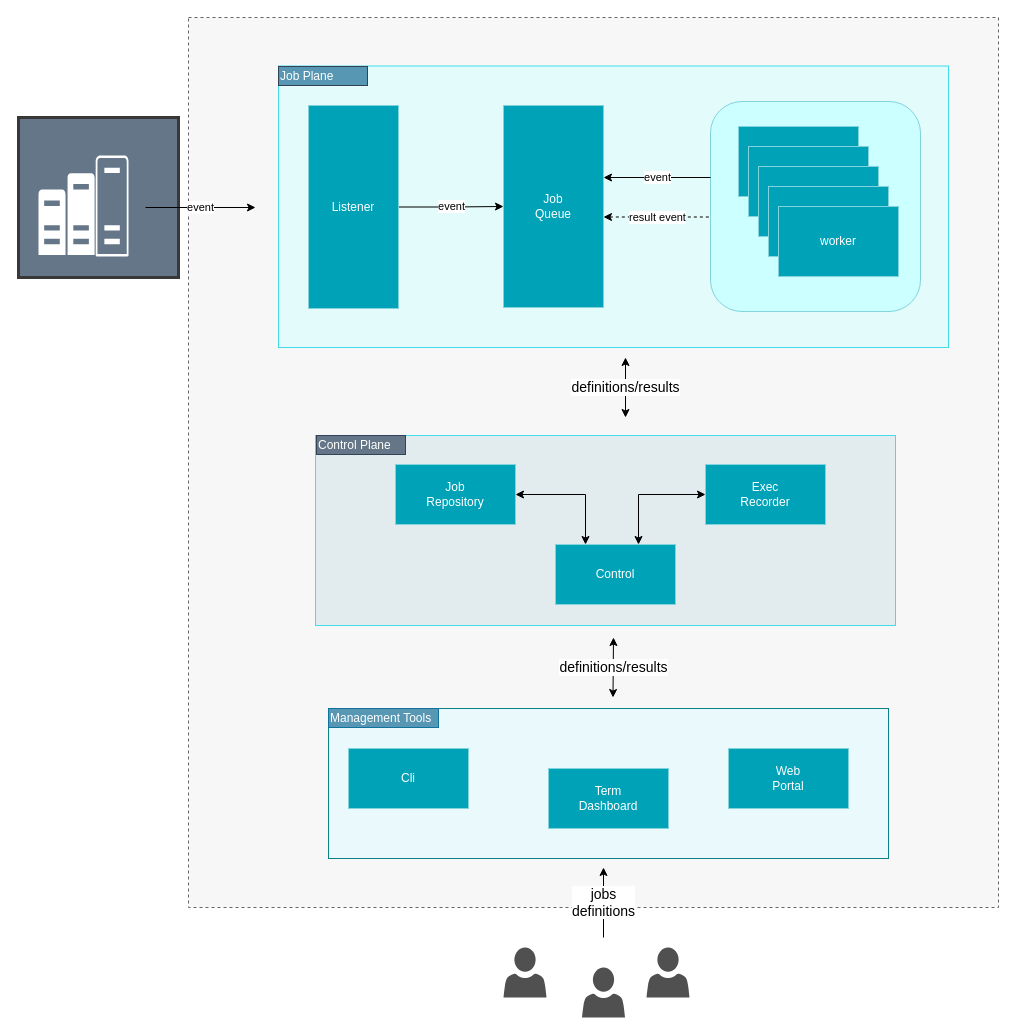
Above: docs/Jobico.drawio in andrescosta/jobico-fn (draw.io), before the change. Source tidied: cells renumbered, new cells numbered last; positions are measured from the earlier drawing's top-left corner, leaving out a move shared by most shapes. Both pictures are drawn from the tidied source at 100%, with x=0, y=0 at pixel (18, 17).
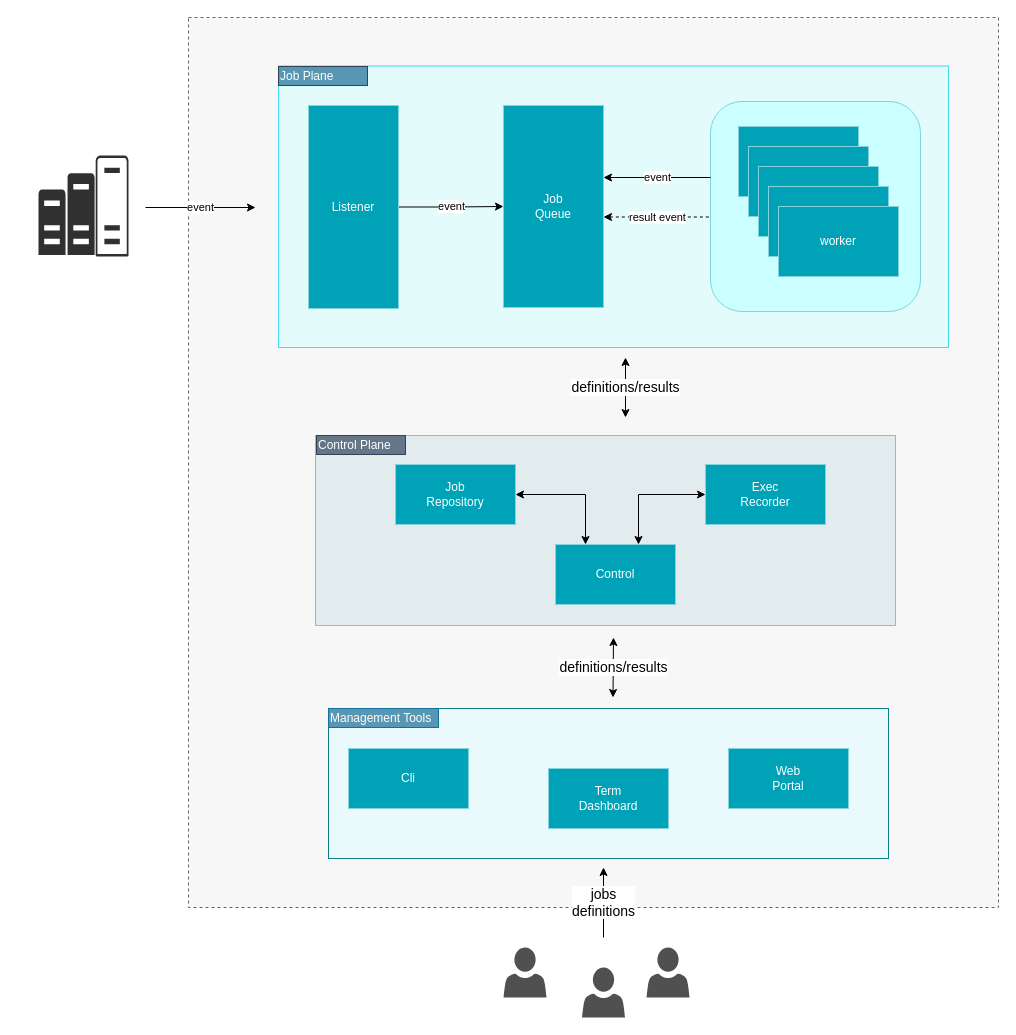
The same page after the edit.

What changed in the source:
```diff
@@
-    <mxCell id="2" style="rounded=0;whiteSpace=wrap;html=1;strokeColor=#383838;strokeWidth=3;fillColor=#647687;fontColor=#ffffff;" parent="1" vertex="1">
-      <mxGeometry y="100" width="160" height="160" as="geometry" />
-    </mxCell>
@@
-    <mxCell id="31" style="sketch=0;shadow=0;dashed=0;html=1;strokeColor=none;labelPosition=center;verticalLabelPosition=bottom;verticalAlign=top;align=center;fillColor=#FFFFFF;shape=mxgraph.mscae.oms.capacity;" parent="1" vertex="1">
+    <mxCell id="31" style="sketch=0;shadow=0;dashed=0;html=1;strokeColor=none;labelPosition=center;verticalLabelPosition=bottom;verticalAlign=top;align=center;fillColor=#303030;shape=mxgraph.mscae.oms.capacity;" parent="1" vertex="1">
       <mxGeometry x="20" y="138" width="90" height="101" as="geometry" />
     </mxCell>
```
